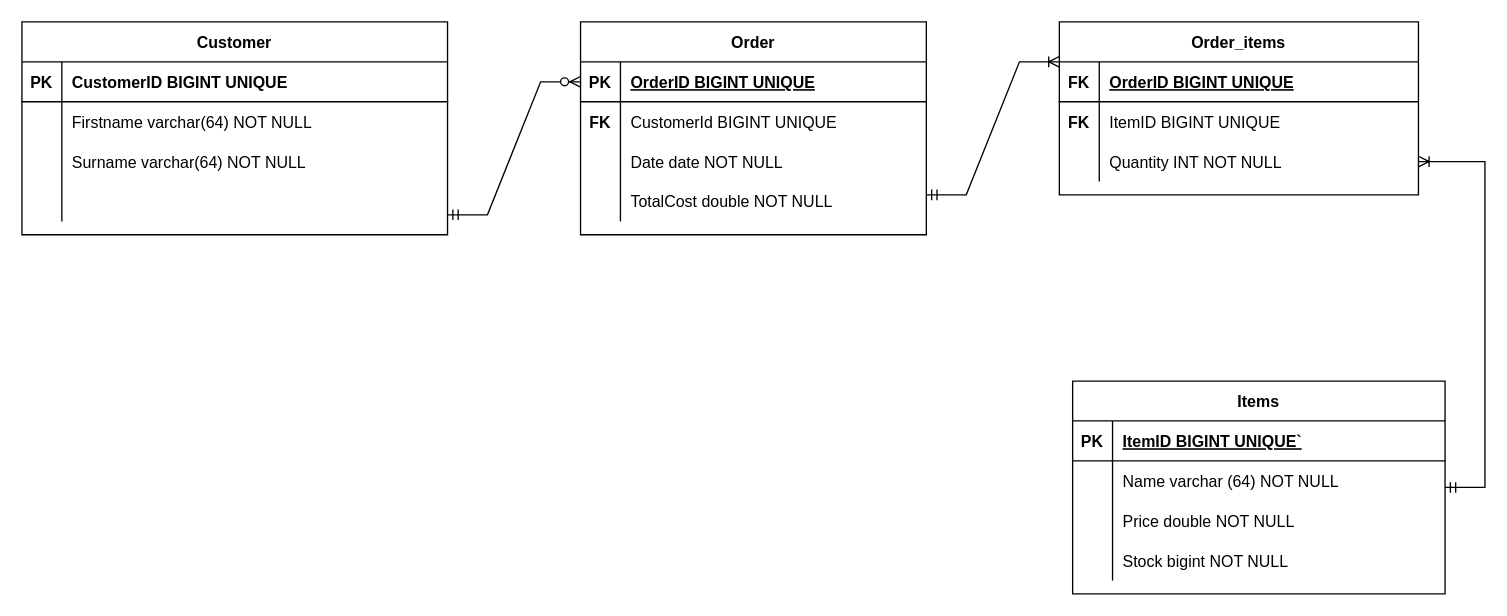
Above: Documents/ERD.drawio in salim1704/ims (draw.io), before the change. Source tidied: cells renumbered, new cells numbered last; positions are measured from the earlier drawing's top-left corner, leaving out a move shared by most shapes. Both pictures are drawn from the tidied source at 133%, with x=0, y=0 at pixel (21, 21).
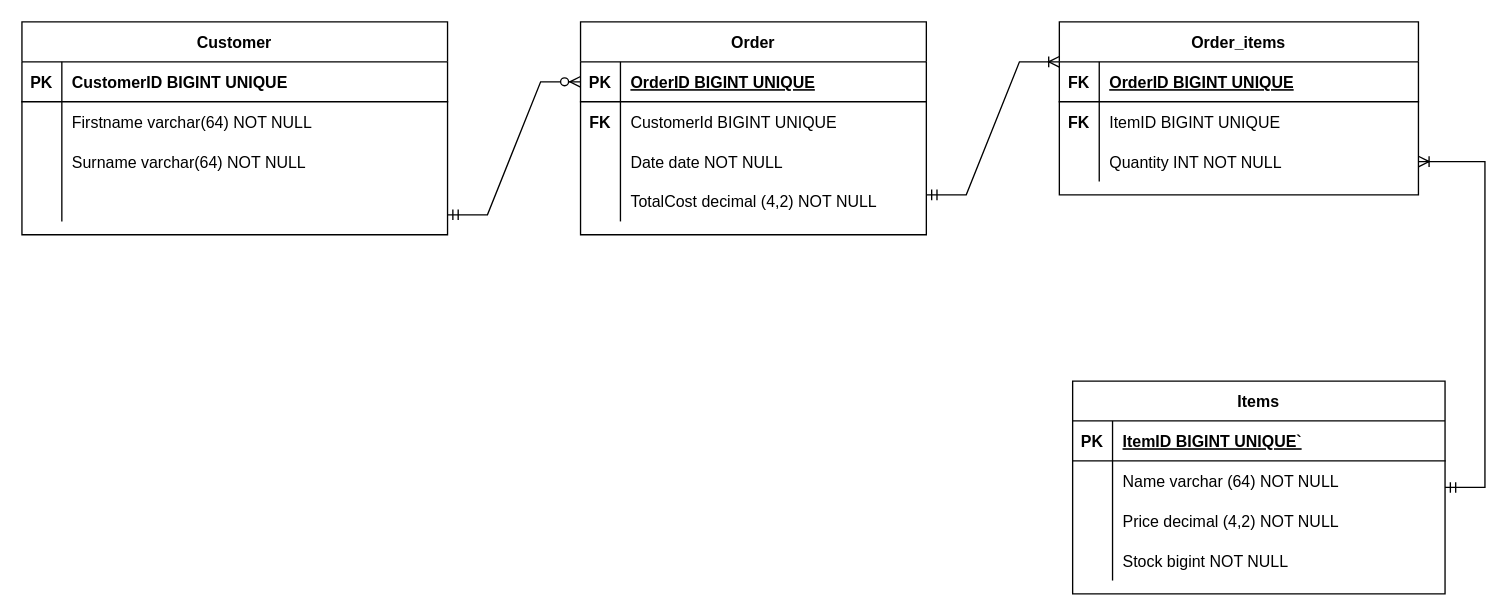
The same page after the edit.

The change refers to these unchanged cells:
```xml
<mxCell id="19" style="shape=tableRow;horizontal=0;startSize=0;swimlaneHead=0;swimlaneBody=0;fillColor=none;top=0;left=0;right=0;bottom=0;" parent="12" vertex="1">
  <mxGeometry y="90" width="280" height="30" as="geometry" />
</mxCell>
<mxCell id="35" style="shape=tableRow;horizontal=0;startSize=0;swimlaneHead=0;swimlaneBody=0;fillColor=none;top=0;left=0;right=0;bottom=0;" parent="25" vertex="1">
  <mxGeometry y="120" width="260" height="30" as="geometry" />
</mxCell>
```

Diff of the diagram source:
```diff
@@
-    <mxCell id="21" value="Price double NOT NULL" style="shape=partialRectangle;fillColor=none;top=0;left=0;bottom=0;right=0;align=left;spacingLeft=6;overflow=hidden;" parent="19" vertex="1">
+    <mxCell id="21" value="Price decimal (4,2) NOT NULL" style="shape=partialRectangle;fillColor=none;top=0;left=0;bottom=0;right=0;align=left;spacingLeft=6;overflow=hidden;" parent="19" vertex="1">
       <mxGeometry x="30" width="250" height="30" as="geometry" />
     </mxCell>
@@
-    <mxCell id="37" value="TotalCost double NOT NULL" style="shape=partialRectangle;fillColor=none;top=0;left=0;bottom=0;right=0;align=left;spacingLeft=6;overflow=hidden;" parent="35" vertex="1">
+    <mxCell id="37" value="TotalCost decimal (4,2) NOT NULL" style="shape=partialRectangle;fillColor=none;top=0;left=0;bottom=0;right=0;align=left;spacingLeft=6;overflow=hidden;" parent="35" vertex="1">
       <mxGeometry x="30" width="230" height="30" as="geometry" />
     </mxCell>
```
